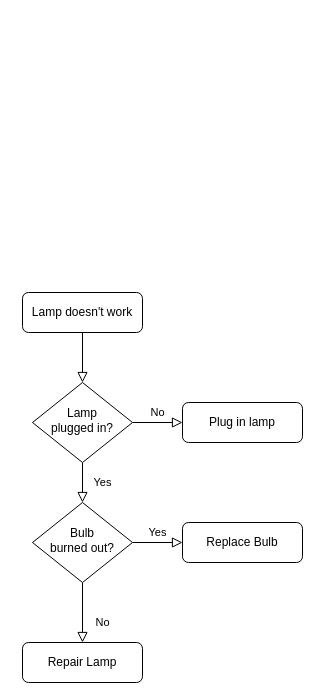
dolbema/python1mod2 keeps this draw.io diagram as Untitled Diagram.drawio. Above is the earlier version. Source tidied: cells renumbered, new cells numbered last; positions are measured from the earlier drawing's top-left corner, leaving out a move shared by most shapes. Both pictures are drawn from the tidied source at 100%, with x=0, y=0 at pixel (22, 292).
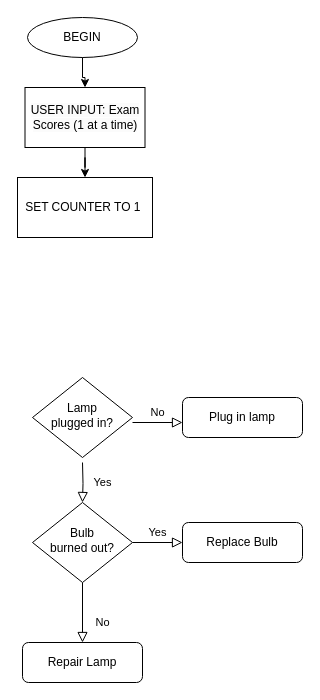
The same diagram, later.

What changed in the source:
```diff
@@
 <mxGraphModel>
   <root>
     <mxCell id="0" />
     <mxCell id="1" parent="0" />
-    <mxCell id="2" style="rounded=0;html=1;jettySize=auto;fontSize=11;endArrow=block;endFill=0;endSize=8;strokeWidth=1;shadow=0;labelBackgroundColor=none;edgeStyle=orthogonalEdgeStyle;" parent="1" edge="1" source="3" target="6">
-      <mxGeometry relative="1" as="geometry" />
-    </mxCell>
-    <mxCell id="3" value="Lamp doesn't work" style="rounded=1;whiteSpace=wrap;html=1;fontSize=12;glass=0;strokeWidth=1;shadow=0;" parent="1" vertex="1">
-      <mxGeometry width="120" height="40" as="geometry" />
-    </mxCell>
-    <mxCell id="4" value="Yes" style="rounded=0;html=1;jettySize=auto;fontSize=11;endArrow=block;endFill=0;endSize=8;strokeWidth=1;shadow=0;labelBackgroundColor=none;edgeStyle=orthogonalEdgeStyle;" parent="1" edge="1" source="6" target="10">
-      <mxGeometry y="20" relative="1" as="geometry" />
+    <mxCell id="4" value="Yes" style="rounded=0;html=1;jettySize=auto;fontSize=11;endArrow=block;endFill=0;endSize=8;strokeWidth=1;shadow=0;labelBackgroundColor=none;edgeStyle=orthogonalEdgeStyle;" parent="1" edge="1" target="10">
+      <mxGeometry y="20" relative="1" as="geometry">
+        <mxPoint x="60" y="170" as="sourcePoint" />
+      </mxGeometry>
     </mxCell>
-    <mxCell id="5" value="No" style="edgeStyle=orthogonalEdgeStyle;rounded=0;html=1;jettySize=auto;fontSize=11;endArrow=block;endFill=0;endSize=8;strokeWidth=1;shadow=0;labelBackgroundColor=none;" parent="1" edge="1" source="6" target="7">
-      <mxGeometry y="10" relative="1" as="geometry" />
+    <mxCell id="5" value="No" style="edgeStyle=orthogonalEdgeStyle;rounded=0;html=1;jettySize=auto;orthogonalLoop=1;fontSize=11;endArrow=block;endFill=0;endSize=8;strokeWidth=1;shadow=0;labelBackgroundColor=none;" parent="1" edge="1">
+      <mxGeometry y="10" relative="1" as="geometry">
+        <mxPoint x="110" y="130" as="sourcePoint" />
+        <mxPoint x="160" y="130" as="targetPoint" />
+      </mxGeometry>
     </mxCell>
     <mxCell id="6" value="Lamp&lt;br&gt;plugged in?" style="rhombus;whiteSpace=wrap;html=1;shadow=0;fontFamily=Helvetica;fontSize=12;align=center;strokeWidth=1;spacing=6;spacingTop=-4;" parent="1" vertex="1">
-      <mxGeometry x="10" y="90" width="100" height="80" as="geometry" />
+      <mxGeometry x="10" y="85" width="100" height="80" as="geometry" />
     </mxCell>
     <mxCell id="7" value="Plug in lamp" style="rounded=1;whiteSpace=wrap;html=1;fontSize=12;glass=0;strokeWidth=1;shadow=0;" parent="1" vertex="1">
-      <mxGeometry x="160" y="110" width="120" height="40" as="geometry" />
+      <mxGeometry x="160" y="105" width="120" height="40" as="geometry" />
     </mxCell>
     <mxCell id="8" value="No" style="rounded=0;html=1;jettySize=auto;fontSize=11;endArrow=block;endFill=0;endSize=8;strokeWidth=1;shadow=0;labelBackgroundColor=none;edgeStyle=orthogonalEdgeStyle;" parent="1" edge="1" source="10" target="11">
       <mxGeometry x="0.33" y="20" relative="1" as="geometry" />
     </mxCell>
     <mxCell id="9" value="Yes" style="edgeStyle=orthogonalEdgeStyle;rounded=0;html=1;jettySize=auto;fontSize=11;endArrow=block;endFill=0;endSize=8;strokeWidth=1;shadow=0;labelBackgroundColor=none;" parent="1" edge="1" source="10" target="12">
       <mxGeometry y="10" relative="1" as="geometry" />
     </mxCell>
     <mxCell id="10" value="Bulb&lt;br&gt;burned out?" style="rhombus;whiteSpace=wrap;html=1;shadow=0;fontFamily=Helvetica;fontSize=12;align=center;strokeWidth=1;spacing=6;spacingTop=-4;" parent="1" vertex="1">
       <mxGeometry x="10" y="210" width="100" height="80" as="geometry" />
     </mxCell>
     <mxCell id="11" value="Repair Lamp" style="rounded=1;whiteSpace=wrap;html=1;fontSize=12;glass=0;strokeWidth=1;shadow=0;" parent="1" vertex="1">
       <mxGeometry y="350" width="120" height="40" as="geometry" />
     </mxCell>
     <mxCell id="12" value="Replace Bulb" style="rounded=1;whiteSpace=wrap;html=1;fontSize=12;glass=0;strokeWidth=1;shadow=0;" parent="1" vertex="1">
       <mxGeometry x="160" y="230" width="120" height="40" as="geometry" />
     </mxCell>
+    <mxCell id="13" style="edgeStyle=orthogonalEdgeStyle;rounded=0;jettySize=auto;html=1;" parent="1" edge="1" source="14" target="17">
+      <mxGeometry relative="1" as="geometry" />
+    </mxCell>
+    <mxCell id="14" value="BEGIN" style="ellipse;whiteSpace=wrap;html=1;fillColor=none;" parent="1" vertex="1">
+      <mxGeometry x="5" y="-275" width="110" height="40" as="geometry" />
+    </mxCell>
+    <mxCell id="15" value="SET COUNTER TO 1&amp;nbsp;" style="rounded=0;whiteSpace=wrap;html=1;" parent="1" vertex="1">
+      <mxGeometry x="-5" y="-115" width="135" height="60" as="geometry" />
+    </mxCell>
+    <mxCell id="16" style="edgeStyle=orthogonalEdgeStyle;rounded=0;jettySize=auto;html=1;" parent="1" edge="1" source="17" target="15">
+      <mxGeometry relative="1" as="geometry" />
+    </mxCell>
+    <mxCell id="17" value="&lt;span style=&quot;color: rgb(0, 0, 0); font-family: Helvetica; font-size: 12px; font-style: normal; font-variant-ligatures: normal; font-variant-caps: normal; font-weight: 400; letter-spacing: normal; orphans: 2; text-align: center; text-indent: 0px; text-transform: none; widows: 2; word-spacing: 0px; -webkit-text-stroke-width: 0px; white-space: normal; background-color: rgb(251, 251, 251); text-decoration-thickness: initial; text-decoration-style: initial; text-decoration-color: initial; display: inline !important; float: none;&quot;&gt;USER INPUT: Exam Scores (1 at a time)&lt;/span&gt;" style="rounded=0;whiteSpace=wrap;html=1;" parent="1" vertex="1">
+      <mxGeometry x="2.5" y="-205" width="120" height="60" as="geometry" />
+    </mxCell>
   </root>
 </mxGraphModel>
```
